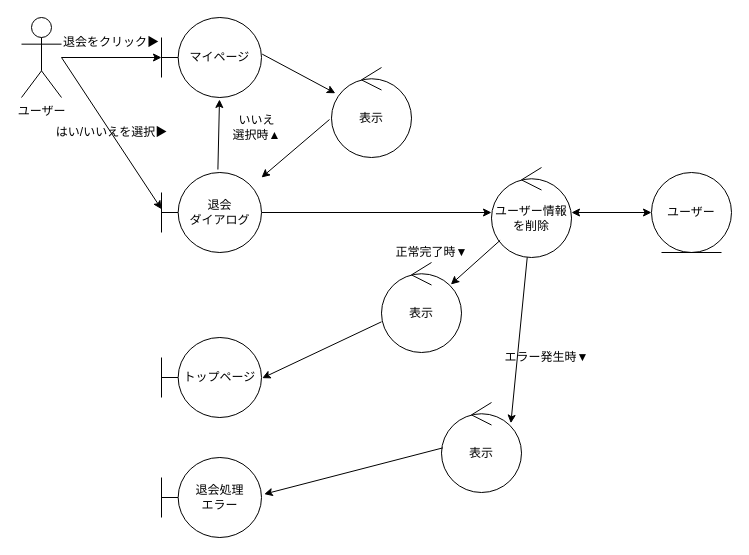
Before: page "システム退会" (5 of 7) of out/ロバストネス図/ユーザー-ロバストネス図.drawio in ksw2270227/GroupF, a draw.io diagram. Source tidied: cells renumbered, new cells numbered last; positions are measured from the earlier drawing's top-left corner, leaving out a move shared by most shapes. Both pictures are drawn from the tidied source at 100%, with x=0, y=0 at pixel (21, 17).
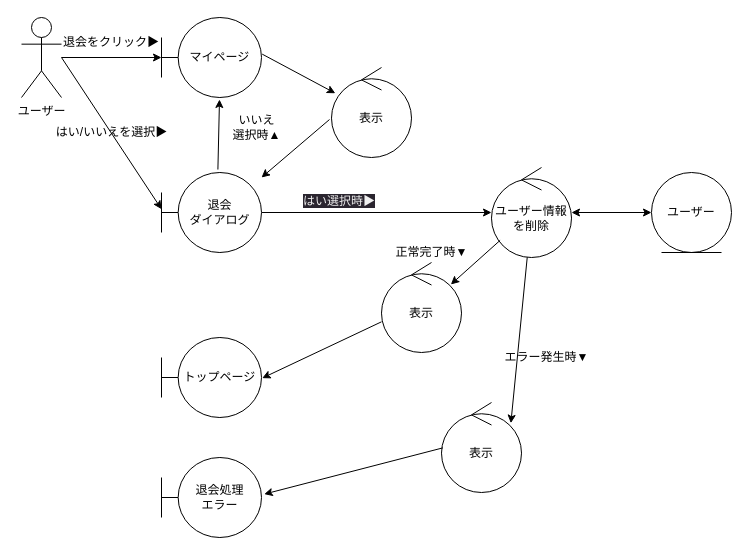
The same page after the edit.

The edit, as a diff of the source:
```diff
@@
+    <mxCell id="28" value="&lt;span style=&quot;color: rgb(240, 240, 240); font-family: Helvetica; font-size: 12px; font-style: normal; font-variant-ligatures: normal; font-variant-caps: normal; font-weight: 400; letter-spacing: normal; orphans: 2; text-align: center; text-indent: 0px; text-transform: none; widows: 2; word-spacing: 0px; -webkit-text-stroke-width: 0px; background-color: rgb(42, 37, 47); text-decoration-thickness: initial; text-decoration-style: initial; text-decoration-color: initial; float: none; display: inline !important;&quot;&gt;はい選択時▶&lt;/span&gt;" style="text;whiteSpace=wrap;html=1;" parent="1" vertex="1">
+      <mxGeometry x="280" y="170" width="110" height="40" as="geometry" />
+    </mxCell>
```
